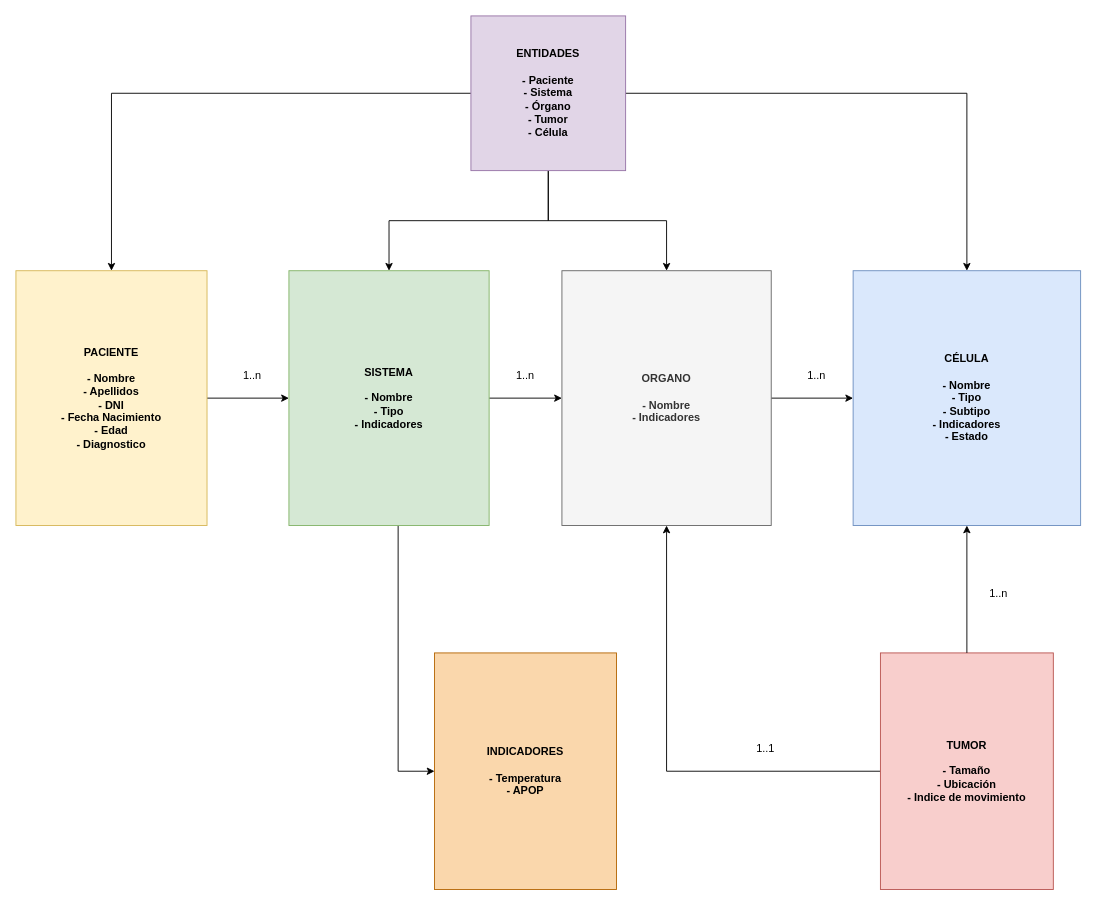
Above: page "MD" (1 of 2) of arch-design/cellprom-arch-functionality.drawio in cellprom/cellprom-arq-doc (draw.io), before the change. Source tidied: cells renumbered, new cells numbered last; positions are measured from the earlier drawing's top-left corner, leaving out a move shared by most shapes. Both pictures are drawn from the tidied source at 91%, with x=0, y=0 at pixel (15, 15).
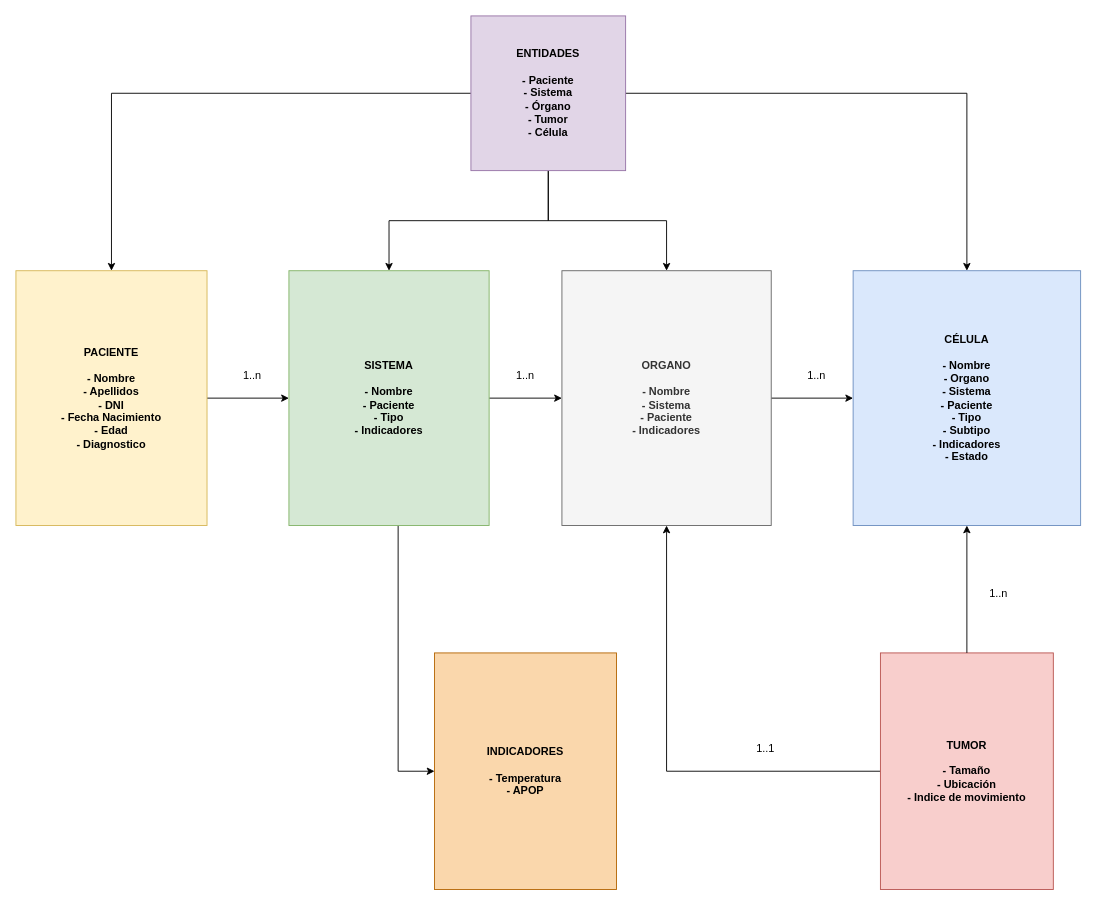
Above is the later version.

The edit, as a diff of the source:
```diff
@@
-    <mxCell id="8" value="ORGANO&lt;br&gt;&lt;br&gt;- Nombre&lt;br&gt;- Indicadores" style="whiteSpace=wrap;html=1;fillColor=#f5f5f5;strokeColor=#666666;fontStyle=1;fontColor=#333333;" parent="1" vertex="1">
+    <mxCell id="8" value="ORGANO&lt;br&gt;&lt;br&gt;- Nombre&lt;br&gt;- Sistema&lt;br&gt;- Paciente&lt;br&gt;- Indicadores" style="whiteSpace=wrap;html=1;fillColor=#f5f5f5;strokeColor=#666666;fontStyle=1;fontColor=#333333;" parent="1" vertex="1">
       <mxGeometry x="600" y="280" width="230" height="280" as="geometry" />
     </mxCell>
-    <mxCell id="9" value="CÉLULA&lt;br&gt;&lt;br&gt;- Nombre&lt;br&gt;- Tipo&lt;br&gt;- Subtipo&lt;br&gt;- Indicadores&lt;br&gt;- Estado" style="whiteSpace=wrap;html=1;fillColor=#dae8fc;strokeColor=#6c8ebf;fontStyle=1;" parent="1" vertex="1">
+    <mxCell id="9" value="CÉLULA&lt;br&gt;&lt;br&gt;- Nombre&lt;br&gt;- Organo&lt;br&gt;- Sistema&lt;br&gt;- Paciente&lt;br&gt;- Tipo&lt;br&gt;- Subtipo&lt;br&gt;- Indicadores&lt;br&gt;- Estado" style="whiteSpace=wrap;html=1;fillColor=#dae8fc;strokeColor=#6c8ebf;fontStyle=1;" parent="1" vertex="1">
       <mxGeometry x="920" y="280" width="250" height="280" as="geometry" />
     </mxCell>
@@
-    <mxCell id="12" value="SISTEMA&lt;br&gt;&lt;br&gt;- Nombre&lt;br&gt;- Tipo&lt;br&gt;- Indicadores" style="whiteSpace=wrap;html=1;fillColor=#d5e8d4;strokeColor=#82b366;fontStyle=1;" parent="1" vertex="1">
+    <mxCell id="12" value="SISTEMA&lt;br&gt;&lt;br&gt;- Nombre&lt;br&gt;- Paciente&lt;br&gt;- Tipo&lt;br&gt;- Indicadores" style="whiteSpace=wrap;html=1;fillColor=#d5e8d4;strokeColor=#82b366;fontStyle=1;" parent="1" vertex="1">
       <mxGeometry x="300" y="280" width="220" height="280" as="geometry" />
     </mxCell>
```
